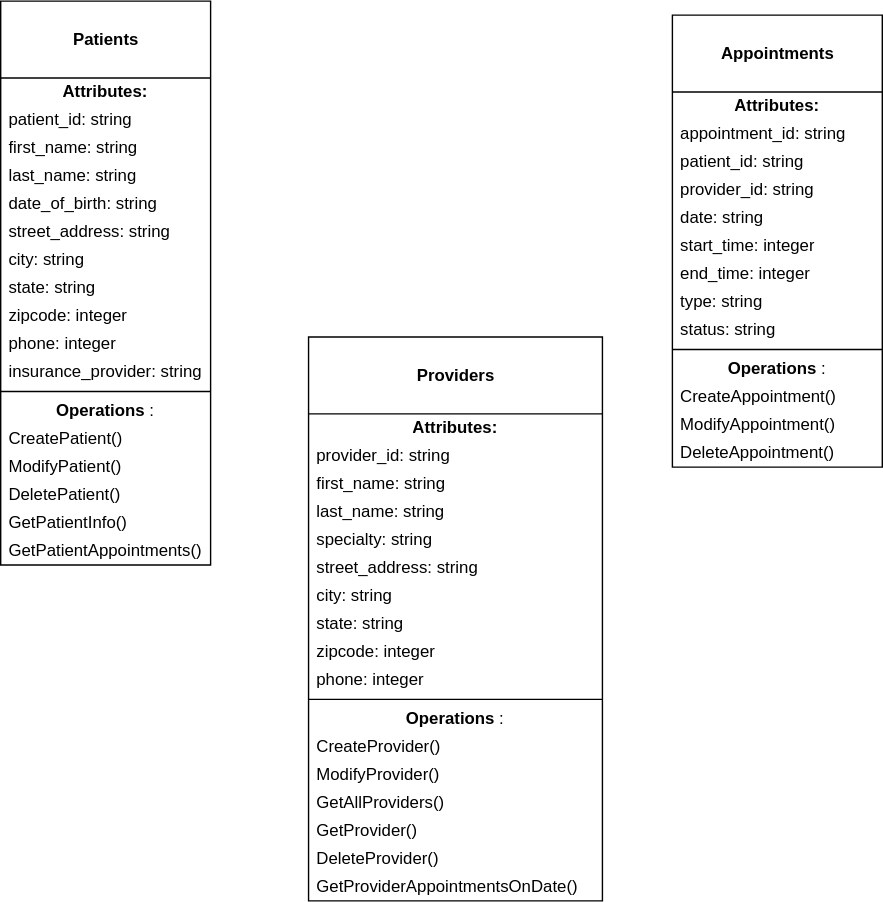
AlexandraAshcraft/axle-interview keeps this draw.io diagram as src/server/models/domainModel.drawio.svg. Above is the earlier version. Source tidied: cells renumbered, new cells last; positions are measured from the earlier drawing's top-left corner, leaving out a move shared by most shapes.
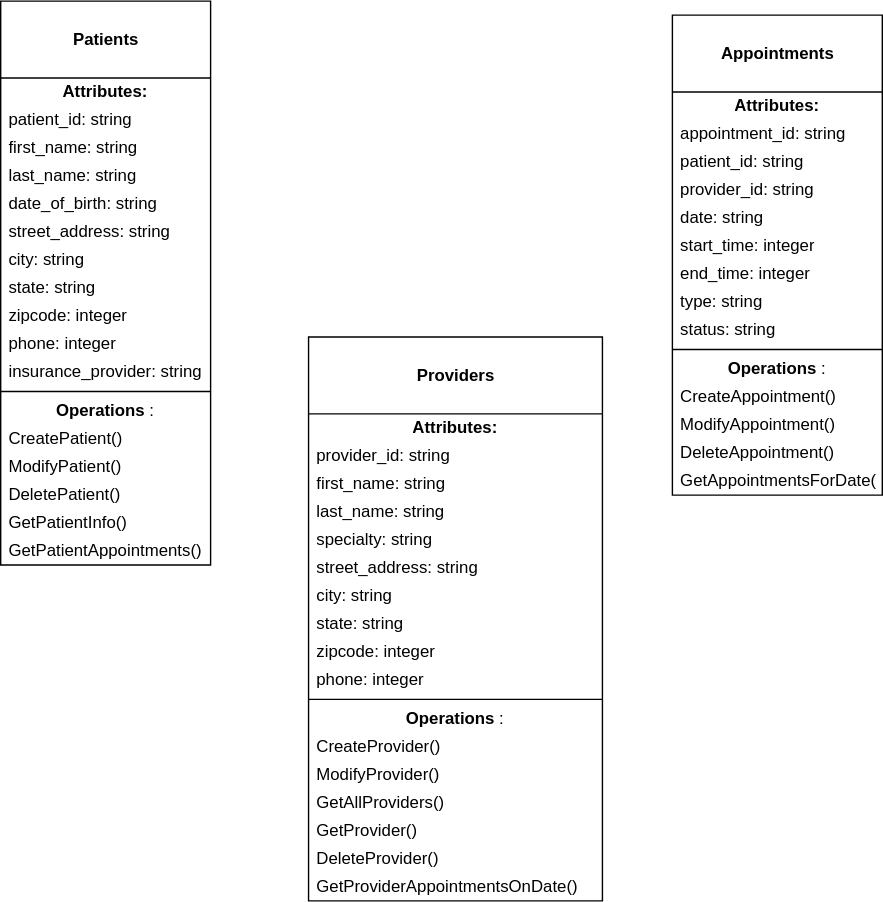
The same file after the commit.

What changed in the source:
```diff
@@ -117,7 +117,7 @@
       <mxGeometry y="383" width="210" height="20" as="geometry" />
     </mxCell>
     <mxCell id="40" value="&lt;br&gt;&lt;b&gt;Appointments&lt;/b&gt;" style="swimlane;fontStyle=0;align=center;verticalAlign=top;horizontal=1;startSize=55;html=1;" parent="1" vertex="1">
-      <mxGeometry x="480" y="10" width="150" height="323" as="geometry" />
+      <mxGeometry x="480" y="10" width="150" height="343" as="geometry" />
     </mxCell>
     <mxCell id="41" value="&lt;b&gt;Attributes:&lt;/b&gt;" style="text;html=1;strokeColor=none;fillColor=none;align=center;verticalAlign=middle;spacingLeft=4;spacingRight=4;overflow=hidden;" parent="40" vertex="1">
       <mxGeometry y="55" width="150" height="20" as="geometry" />
@@ -161,5 +161,8 @@
     <mxCell id="54" value="DeleteAppointment()" style="text;html=1;strokeColor=none;fillColor=none;align=left;verticalAlign=middle;spacingLeft=4;spacingRight=4;overflow=hidden;" parent="40" vertex="1">
       <mxGeometry y="303" width="150" height="20" as="geometry" />
     </mxCell>
+    <mxCell id="55" value="GetAppointmentsForDate()" style="text;html=1;strokeColor=none;fillColor=none;align=left;verticalAlign=middle;spacingLeft=4;spacingRight=4;overflow=hidden;" parent="40" vertex="1">
+      <mxGeometry y="323" width="150" height="20" as="geometry" />
+    </mxCell>
   </root>
 </mxGraphModel>
```
